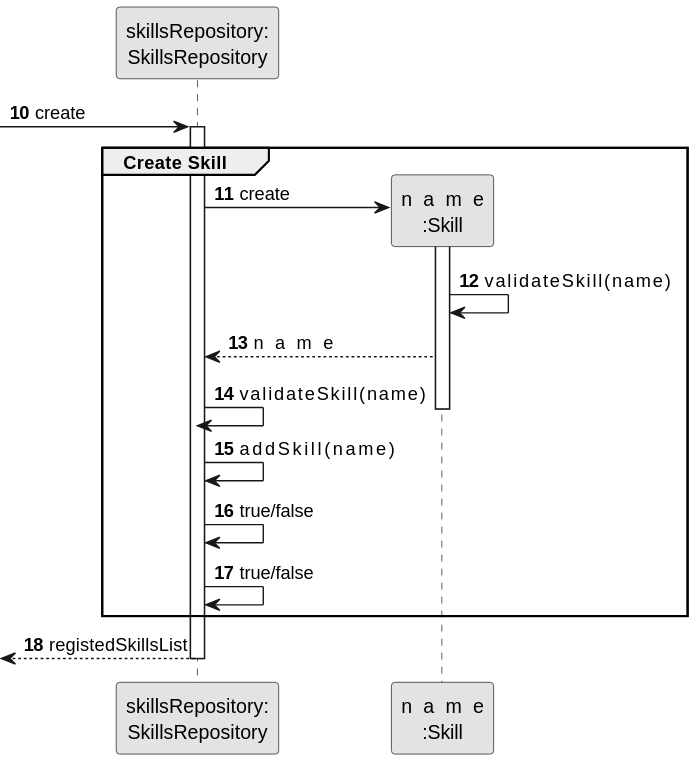
Before: docs/sprint2/us001/03.design/svg/us001-sequence-diagram-partial-create-skill.svg, a diagram exported from PlantUML (1231360-ISEP/lei-24-s2-1db-g021).
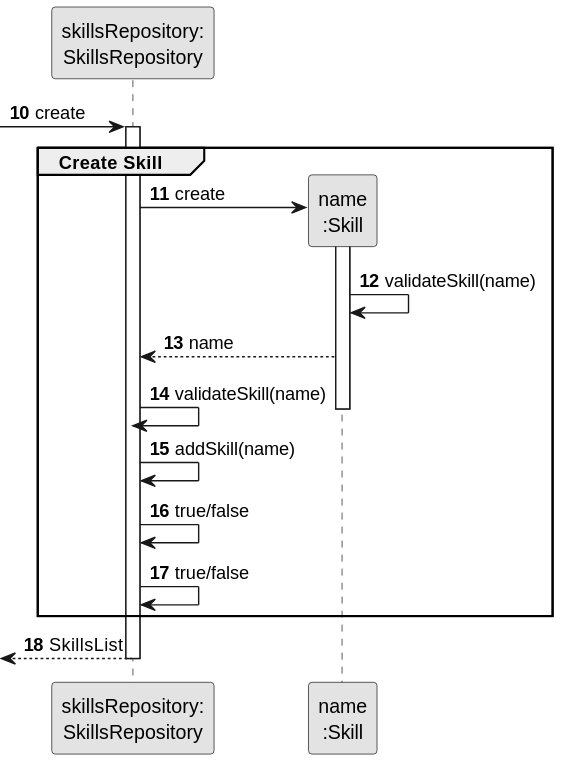
The same diagram one commit later.

Commit message:
Update US01 - Sequence Diagram partial create skill and SVG

What changed in the source:
```diff
@@ -4,7 +4,7 @@
 skinparam shadowing false
 
 participant "skillsRepository:\nSkillsRepository" as SkillsRepository
-participant "skillName\n:Skill" as TAREFA
+participant "name\n:Skill" as TAREFA
 
 autonumber 10
 -> SkillsRepository: create
@@ -15,18 +15,18 @@
         SkillsRepository -> TAREFA**: create
                 activate TAREFA
 
-                TAREFA -> TAREFA: validateSkill(skillName)
+                TAREFA -> TAREFA: validateSkill(name)
 
-                TAREFA --> SkillsRepository : skillName
-                SkillsRepository -> SkillsRepository: validateSkill(skillName)
+                TAREFA --> SkillsRepository : name
+                SkillsRepository -> SkillsRepository: validateSkill(name)
                 deactivate TAREFA
-                SkillsRepository -> SkillsRepository: addSkill(skillName)
+                SkillsRepository -> SkillsRepository: addSkill(name)
                 SkillsRepository -> SkillsRepository: true/false
                 SkillsRepository -> SkillsRepository: true/false
 
     end
 
-    <-- SkillsRepository : registedSkillsList
+    <-- SkillsRepository : SkillsList
 
 deactivate SkillsRepository
 @enduml
```
